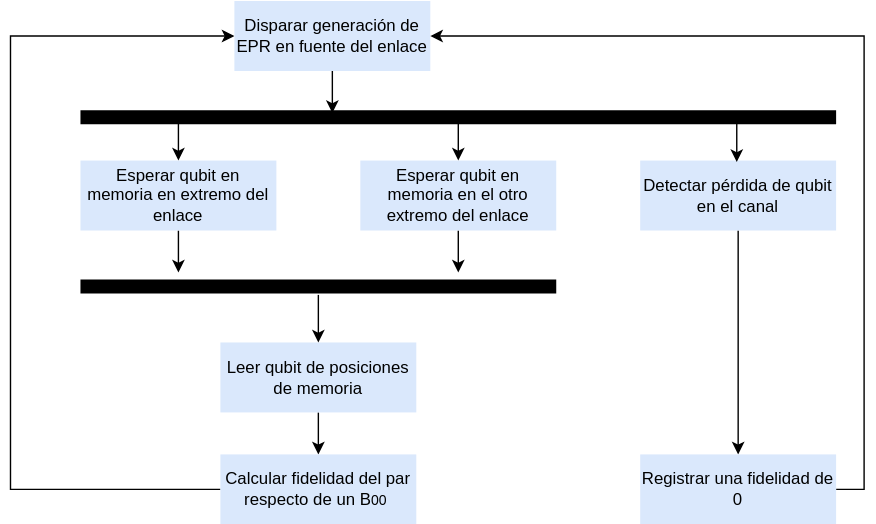
Above: Diagramas/Flujo/tec-LinkFidelityProtocol.svg in davidpcuvigo/quantumcity (draw.io), before the change. Source tidied: cells renumbered, new cells last; positions are measured from the earlier drawing's top-left corner, leaving out a move shared by most shapes.
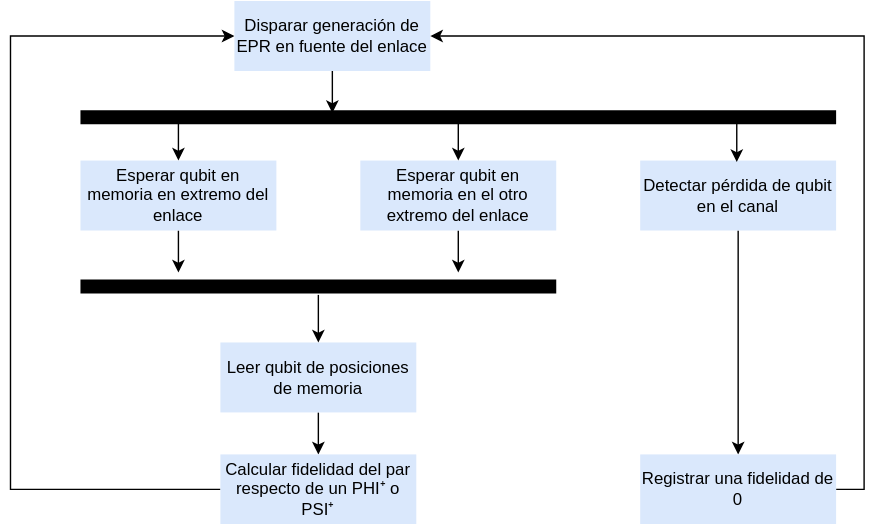
Above is the later version.

What changed in the source:
```diff
@@ -38,7 +38,7 @@
         </Array>
       </mxGeometry>
     </mxCell>
-    <mxCell id="10" value="Calcular fidelidad del par respecto de un B&lt;font style=&quot;font-size: 10px;&quot;&gt;00&lt;/font&gt;&amp;nbsp;" style="rounded=0;whiteSpace=wrap;html=1;fillColor=#dae8fc;strokeColor=none;" parent="1" vertex="1">
+    <mxCell id="10" value="Calcular fidelidad del par respecto de un PHI⁺ o PSI⁺" style="rounded=0;whiteSpace=wrap;html=1;fillColor=#dae8fc;strokeColor=none;" parent="1" vertex="1">
       <mxGeometry x="150" y="324" width="140" height="50" as="geometry" />
     </mxCell>
     <mxCell id="11" style="edgeStyle=orthogonalEdgeStyle;rounded=0;jettySize=auto;html=1;exitX=0.5;exitY=1;exitDx=0;exitDy=0;" parent="1" edge="1" source="12">
```
